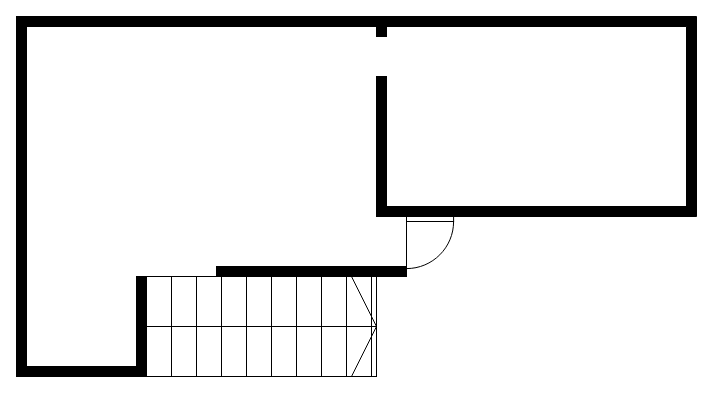
Above: PianoTerra.drawio in Simone000/Casa (draw.io), before the change. Source tidied: cells renumbered, new cells numbered last; positions are measured from the earlier drawing's top-left corner, leaving out a move shared by most shapes. Both pictures are drawn from the tidied source at 100%, with x=0, y=0 at pixel (16, 16).
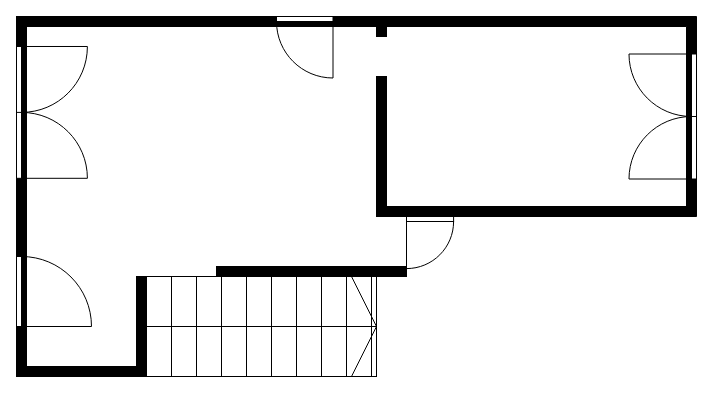
After the change.

Change to the diagram source:
```diff
@@
 <mxGraphModel>
   <root>
     <mxCell id="0" />
     <mxCell id="1" parent="0" />
     <mxCell id="2" style="verticalLabelPosition=bottom;html=1;verticalAlign=top;align=center;shape=mxgraph.floorplan.wall;fillColor=strokeColor;direction=south;" parent="1" vertex="1">
       <mxGeometry width="10" height="360" as="geometry" />
     </mxCell>
     <mxCell id="3" style="verticalLabelPosition=bottom;html=1;verticalAlign=top;align=center;shape=mxgraph.floorplan.wall;fillColor=strokeColor;" parent="1" vertex="1">
       <mxGeometry x="10" y="350" width="110" height="10" as="geometry" />
     </mxCell>
     <mxCell id="4" style="verticalLabelPosition=bottom;html=1;verticalAlign=top;align=center;shape=mxgraph.floorplan.wall;fillColor=strokeColor;direction=south;" parent="1" vertex="1">
       <mxGeometry x="120" y="260" width="10" height="100" as="geometry" />
     </mxCell>
     <mxCell id="5" style="verticalLabelPosition=bottom;html=1;verticalAlign=top;align=center;shape=mxgraph.floorplan.stairs;" parent="1" vertex="1">
       <mxGeometry x="130" y="260" width="230" height="100" as="geometry" />
     </mxCell>
     <mxCell id="6" style="verticalLabelPosition=bottom;html=1;verticalAlign=top;align=center;shape=mxgraph.floorplan.wall;fillColor=strokeColor;" parent="1" vertex="1">
       <mxGeometry x="200" y="250" width="190" height="10" as="geometry" />
     </mxCell>
     <mxCell id="7" style="verticalLabelPosition=bottom;html=1;verticalAlign=top;align=center;shape=mxgraph.floorplan.wall;fillColor=strokeColor;" parent="1" vertex="1">
       <mxGeometry x="10" width="350" height="10" as="geometry" />
     </mxCell>
     <mxCell id="8" style="verticalLabelPosition=bottom;html=1;verticalAlign=top;align=center;shape=mxgraph.floorplan.doorLeft;" parent="1" vertex="1">
       <mxGeometry x="390" y="200" width="47.1" height="50" as="geometry" />
     </mxCell>
     <mxCell id="9" style="verticalLabelPosition=bottom;html=1;verticalAlign=top;align=center;shape=mxgraph.floorplan.wall;fillColor=strokeColor;direction=south;" parent="1" vertex="1">
       <mxGeometry x="360" y="60" width="10" height="140" as="geometry" />
     </mxCell>
     <mxCell id="10" style="verticalLabelPosition=bottom;html=1;verticalAlign=top;align=center;shape=mxgraph.floorplan.wall;fillColor=strokeColor;" parent="1" vertex="1">
       <mxGeometry x="370" y="190" width="20" height="10" as="geometry" />
     </mxCell>
     <mxCell id="11" style="verticalLabelPosition=bottom;html=1;verticalAlign=top;align=center;shape=mxgraph.floorplan.wall;fillColor=strokeColor;direction=south;" parent="1" vertex="1">
       <mxGeometry x="360" width="10" height="20" as="geometry" />
     </mxCell>
     <mxCell id="12" style="verticalLabelPosition=bottom;html=1;verticalAlign=top;align=center;shape=mxgraph.floorplan.wallCorner;fillColor=strokeColor;direction=south;" parent="1" vertex="1">
       <mxGeometry x="370" width="310" height="200" as="geometry" />
     </mxCell>
     <mxCell id="13" style="verticalLabelPosition=bottom;html=1;verticalAlign=top;align=center;shape=mxgraph.floorplan.wall;fillColor=strokeColor;" parent="1" vertex="1">
       <mxGeometry x="390" y="190" width="280" height="10" as="geometry" />
     </mxCell>
+    <mxCell id="14" style="verticalLabelPosition=bottom;html=1;verticalAlign=top;align=center;shape=mxgraph.floorplan.doorDouble;direction=south;" parent="1" vertex="1">
+      <mxGeometry x="613.6" y="37.5" width="66.4" height="125" as="geometry" />
+    </mxCell>
+    <mxCell id="15" style="verticalLabelPosition=bottom;html=1;verticalAlign=top;align=center;shape=mxgraph.floorplan.doorRight;" parent="1" vertex="1">
+      <mxGeometry x="260" width="56.5" height="60" as="geometry" />
+    </mxCell>
+    <mxCell id="16" style="verticalLabelPosition=bottom;html=1;verticalAlign=top;align=center;shape=mxgraph.floorplan.doorDouble;direction=north;" parent="1" vertex="1">
+      <mxGeometry y="30" width="70" height="131.8" as="geometry" />
+    </mxCell>
+    <mxCell id="17" style="verticalLabelPosition=bottom;html=1;verticalAlign=top;align=center;shape=mxgraph.floorplan.doorLeft;direction=north;" parent="1" vertex="1">
+      <mxGeometry y="240" width="74.4" height="70" as="geometry" />
+    </mxCell>
   </root>
 </mxGraphModel>
```
